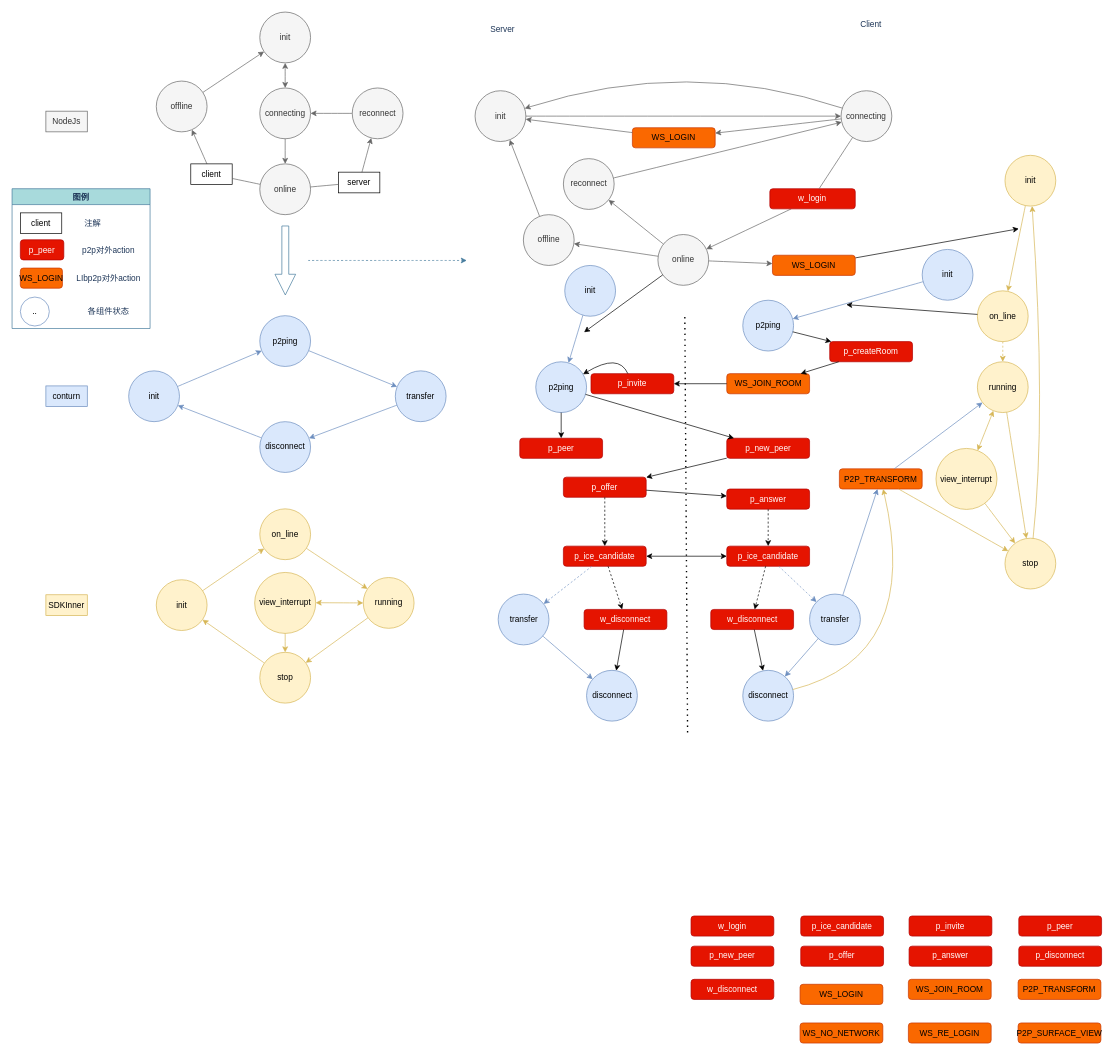
moshaocong/vmic-readme keeps this draw.io diagram as protocol.drawio. Above is the earlier version. Source tidied: cells renumbered, new cells numbered last; positions are measured from the earlier drawing's top-left corner, leaving out a move shared by most shapes. Both pictures are drawn from the tidied source at 69%, with x=0, y=0 at pixel (12, 12).
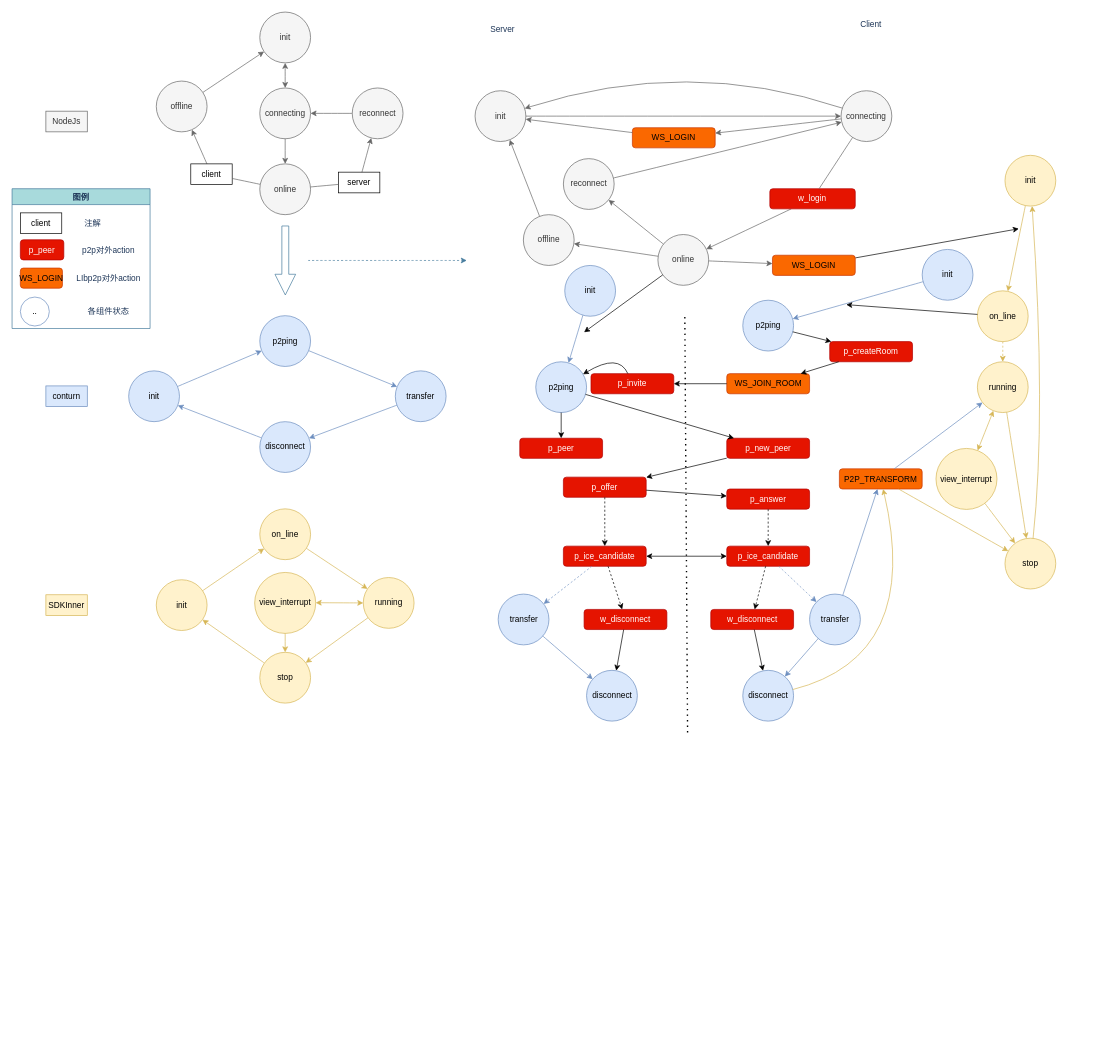
After the change.

What changed in the source:
```diff
@@
-    <mxCell id="31" value="w_login" style="rounded=1;whiteSpace=wrap;html=1;sketch=0;strokeColor=#B20000;fillColor=#e51400;fontColor=#ffffff;" parent="1" vertex="1">
-      <mxGeometry x="984" y="1310" width="120" height="29.2" as="geometry" />
-    </mxCell>
-    <mxCell id="32" value="p_ice_candidate" style="rounded=1;whiteSpace=wrap;html=1;sketch=0;strokeColor=#B20000;fillColor=#e51400;fontColor=#ffffff;" parent="1" vertex="1">
-      <mxGeometry x="1143" y="1310" width="120" height="29.2" as="geometry" />
-    </mxCell>
-    <mxCell id="33" value="p_new_peer" style="rounded=1;whiteSpace=wrap;html=1;sketch=0;strokeColor=#B20000;fillColor=#e51400;fontColor=#ffffff;" parent="1" vertex="1">
-      <mxGeometry x="984" y="1353.7" width="120" height="29.2" as="geometry" />
-    </mxCell>
-    <mxCell id="34" value="p_offer" style="rounded=1;whiteSpace=wrap;html=1;sketch=0;strokeColor=#B20000;fillColor=#e51400;fontColor=#ffffff;" parent="1" vertex="1">
-      <mxGeometry x="1143" y="1353.7" width="120" height="29.2" as="geometry" />
-    </mxCell>
-    <mxCell id="35" value="p_invite" style="rounded=1;whiteSpace=wrap;html=1;sketch=0;strokeColor=#B20000;fillColor=#e51400;fontColor=#ffffff;" parent="1" vertex="1">
-      <mxGeometry x="1300" y="1310" width="120" height="29.2" as="geometry" />
-    </mxCell>
-    <mxCell id="36" value="p_peer" style="rounded=1;whiteSpace=wrap;html=1;sketch=0;strokeColor=#B20000;fillColor=#e51400;fontColor=#ffffff;" parent="1" vertex="1">
-      <mxGeometry x="1459" y="1310" width="120" height="29.2" as="geometry" />
-    </mxCell>
-    <mxCell id="37" value="p_answer" style="rounded=1;whiteSpace=wrap;html=1;sketch=0;strokeColor=#B20000;fillColor=#e51400;fontColor=#ffffff;" parent="1" vertex="1">
-      <mxGeometry x="1300" y="1353.7" width="120" height="29.2" as="geometry" />
-    </mxCell>
-    <mxCell id="38" value="p_disconnect" style="rounded=1;whiteSpace=wrap;html=1;sketch=0;strokeColor=#B20000;fillColor=#e51400;fontColor=#ffffff;" parent="1" vertex="1">
-      <mxGeometry x="1459" y="1353.7" width="120" height="29.2" as="geometry" />
-    </mxCell>
-    <mxCell id="39" value="w_disconnect" style="rounded=1;whiteSpace=wrap;html=1;sketch=0;strokeColor=#B20000;fillColor=#e51400;fontColor=#ffffff;" parent="1" vertex="1">
-      <mxGeometry x="984" y="1401.8" width="120" height="29.2" as="geometry" />
-    </mxCell>
@@
-    <mxCell id="44" value="WS_JOIN_ROOM" style="rounded=1;whiteSpace=wrap;html=1;sketch=0;strokeColor=#C73500;fillColor=#fa6800;fontColor=#000000;" parent="1" vertex="1">
-      <mxGeometry x="1299" y="1401.8" width="120" height="29.2" as="geometry" />
-    </mxCell>
-    <mxCell id="45" value="P2P_TRANSFORM" style="rounded=1;whiteSpace=wrap;html=1;sketch=0;strokeColor=#C73500;fillColor=#fa6800;fontColor=#000000;" parent="1" vertex="1">
-      <mxGeometry x="1458" y="1401.8" width="120" height="29.2" as="geometry" />
-    </mxCell>
-    <mxCell id="46" value="WS_NO_NETWORK" style="rounded=1;whiteSpace=wrap;html=1;sketch=0;strokeColor=#C73500;fillColor=#fa6800;fontColor=#000000;" parent="1" vertex="1">
-      <mxGeometry x="1142" y="1465" width="120" height="29.2" as="geometry" />
-    </mxCell>
-    <mxCell id="47" value="WS_RE_LOGIN" style="rounded=1;whiteSpace=wrap;html=1;sketch=0;strokeColor=#C73500;fillColor=#fa6800;fontColor=#000000;" parent="1" vertex="1">
-      <mxGeometry x="1299" y="1465" width="120" height="29.2" as="geometry" />
-    </mxCell>
-    <mxCell id="48" value="P2P_SURFACE_VIEW" style="rounded=1;whiteSpace=wrap;html=1;sketch=0;strokeColor=#C73500;fillColor=#fa6800;fontColor=#000000;" parent="1" vertex="1">
-      <mxGeometry x="1458" y="1465" width="120" height="29.2" as="geometry" />
-    </mxCell>
-    <mxCell id="49" value="WS_LOGIN" style="rounded=1;whiteSpace=wrap;html=1;sketch=0;strokeColor=#C73500;fillColor=#fa6800;fontColor=#000000;" parent="1" vertex="1">
-      <mxGeometry x="1142" y="1409" width="120" height="29.2" as="geometry" />
-    </mxCell>
```
